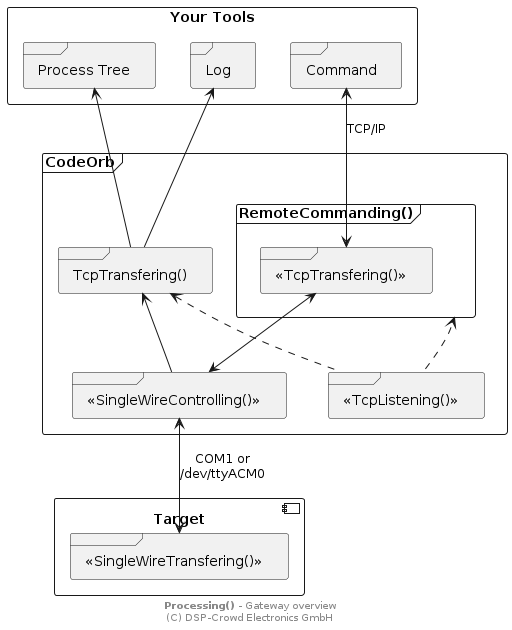
Above: doc/system/overview-gw.png in NoOrientationProgramming/code-orb (PlantUML), before the change.
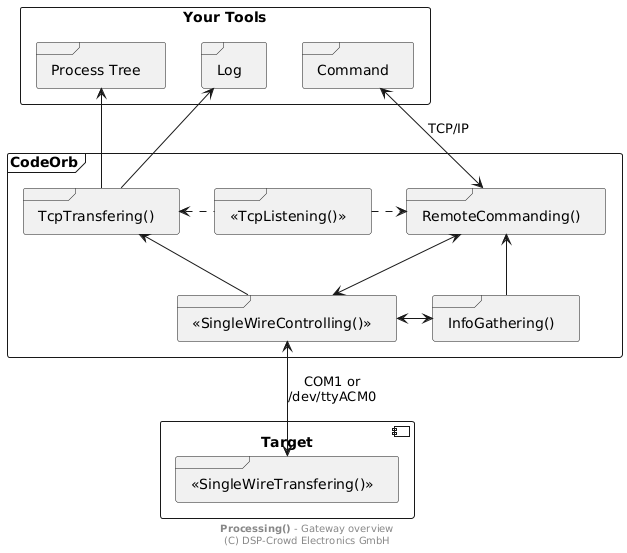
After the change.

Change to the diagram source:
```diff
@@ -11,11 +11,10 @@
 frame "CodeOrb" as pGw {
 
 	frame "<<SingleWireControlling()>>" as pSwc
-	frame "<<TcpListening()>>" as pTcp
+	frame "<<TcpListening()>>" as pList
 	frame "TcpTransfering()" as pTrans
-	frame "RemoteCommanding()" as pCmdRemote {
-		frame "<<TcpTransfering()>>" as pTrans2
-	}
+	frame "RemoteCommanding()" as pCmdRemote
+	frame "InfoGathering()" as pGather
 }
 
 component "Target" as pTarget {
@@ -25,15 +24,18 @@
 
 pTree <-- pTrans
 pLog <-- pTrans
-pCmd <--> pTrans2 : "TCP/IP"
+pCmd <--> pCmdRemote : "TCP/IP"
+
+pList .l.> pTrans
+pList .r.> pCmdRemote
 
 pTrans <-- pSwc
-pTrans2 <--> pSwc
+pCmdRemote <--> pSwc
 
-pTrans <.. pTcp
-pCmdRemote <.. pTcp
+pCmdRemote <-- pGather
 
 pSwc <--> pSwt : "COM1 or\n/dev/ttyACM0"
+pSwc <-> pGather
 
 footer **Processing()** - Gateway overview\n(C) DSP-Crowd Electronics GmbH
 
```
